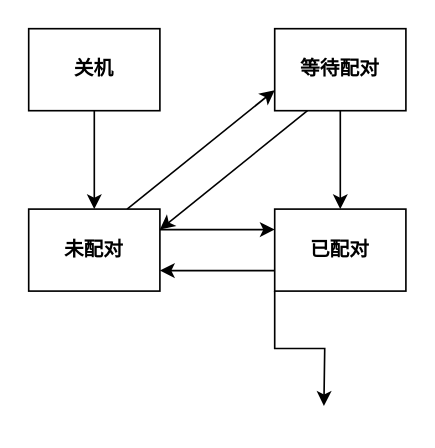
The draw.io diagram src/fsm.drawio in JinyuChata/CitiCup-JavaAPI, before the edit. Source tidied: cells renumbered, new cells numbered last; positions are measured from the earlier drawing's top-left corner, leaving out a move shared by most shapes. Both pictures are drawn from the tidied source at 164%, with x=0, y=0 at pixel (28, 28).
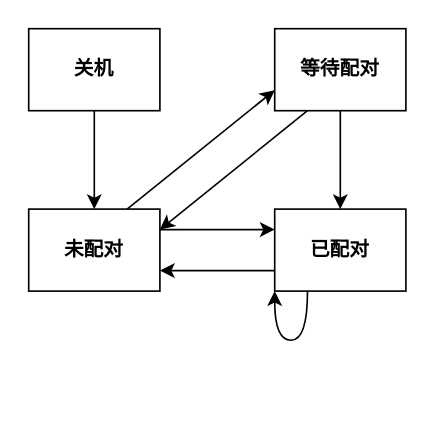
The same diagram, later.

Diff of the diagram source:
```diff
@@
 <mxGraphModel>
   <root>
     <mxCell id="0" />
     <mxCell id="1" parent="0" />
     <mxCell id="2" style="edgeStyle=orthogonalEdgeStyle;rounded=0;jettySize=auto;html=1;" parent="1" edge="1" source="3" target="6">
       <mxGeometry relative="1" as="geometry" />
     </mxCell>
     <mxCell id="3" value="&lt;b&gt;关机&lt;/b&gt;" style="rounded=0;whiteSpace=wrap;html=1;" parent="1" vertex="1">
       <mxGeometry width="80" height="50" as="geometry" />
     </mxCell>
     <mxCell id="4" style="edgeStyle=orthogonalEdgeStyle;rounded=0;jettySize=auto;html=1;exitX=1;exitY=0.25;exitDx=0;exitDy=0;entryX=0;entryY=0.25;entryDx=0;entryDy=0;" parent="1" edge="1" source="6" target="12">
       <mxGeometry relative="1" as="geometry" />
     </mxCell>
     <mxCell id="5" style="rounded=0;jettySize=auto;html=1;exitX=0.75;exitY=0;exitDx=0;exitDy=0;entryX=0;entryY=0.75;entryDx=0;entryDy=0;" parent="1" edge="1" source="6" target="9">
       <mxGeometry relative="1" as="geometry" />
     </mxCell>
     <mxCell id="6" value="&lt;b&gt;未配对&lt;/b&gt;" style="rounded=0;whiteSpace=wrap;html=1;" parent="1" vertex="1">
       <mxGeometry y="110" width="80" height="50" as="geometry" />
     </mxCell>
     <mxCell id="7" style="edgeStyle=none;rounded=0;jettySize=auto;html=1;exitX=0.25;exitY=1;exitDx=0;exitDy=0;entryX=1;entryY=0.25;entryDx=0;entryDy=0;" parent="1" edge="1" source="9" target="6">
       <mxGeometry relative="1" as="geometry" />
     </mxCell>
     <mxCell id="8" style="edgeStyle=none;rounded=0;jettySize=auto;html=1;" parent="1" edge="1" source="9" target="12">
       <mxGeometry relative="1" as="geometry" />
     </mxCell>
     <mxCell id="9" value="&lt;b&gt;等待配对&lt;/b&gt;" style="rounded=0;whiteSpace=wrap;html=1;" parent="1" vertex="1">
       <mxGeometry x="150" width="80" height="50" as="geometry" />
     </mxCell>
     <mxCell id="10" style="edgeStyle=orthogonalEdgeStyle;rounded=0;jettySize=auto;html=1;exitX=0;exitY=0.75;exitDx=0;exitDy=0;entryX=1;entryY=0.75;entryDx=0;entryDy=0;" parent="1" edge="1" source="12" target="6">
       <mxGeometry relative="1" as="geometry" />
     </mxCell>
-    <mxCell id="11" style="edgeStyle=orthogonalEdgeStyle;rounded=0;jettySize=auto;html=1;exitX=0;exitY=1;exitDx=0;exitDy=0;" parent="1" edge="1" source="12">
-      <mxGeometry relative="1" as="geometry">
-        <mxPoint x="180" y="230" as="targetPoint" />
-      </mxGeometry>
-    </mxCell>
+    <mxCell id="13" style="edgeStyle=orthogonalEdgeStyle;curved=1;rounded=0;orthogonalLoop=1;jettySize=auto;html=1;exitX=0.25;exitY=1;exitDx=0;exitDy=0;entryX=0;entryY=1;entryDx=0;entryDy=0;" parent="1" edge="1" source="12" target="12">
+      <mxGeometry relative="1" as="geometry">
+        <Array as="points">
+          <mxPoint x="170" y="190" />
+          <mxPoint x="150" y="190" />
+        </Array>
+      </mxGeometry>
+    </mxCell>
     <mxCell id="12" value="&lt;b&gt;已配对&lt;/b&gt;" style="rounded=0;whiteSpace=wrap;html=1;" parent="1" vertex="1">
       <mxGeometry x="150" y="110" width="80" height="50" as="geometry" />
     </mxCell>
   </root>
 </mxGraphModel>
```
